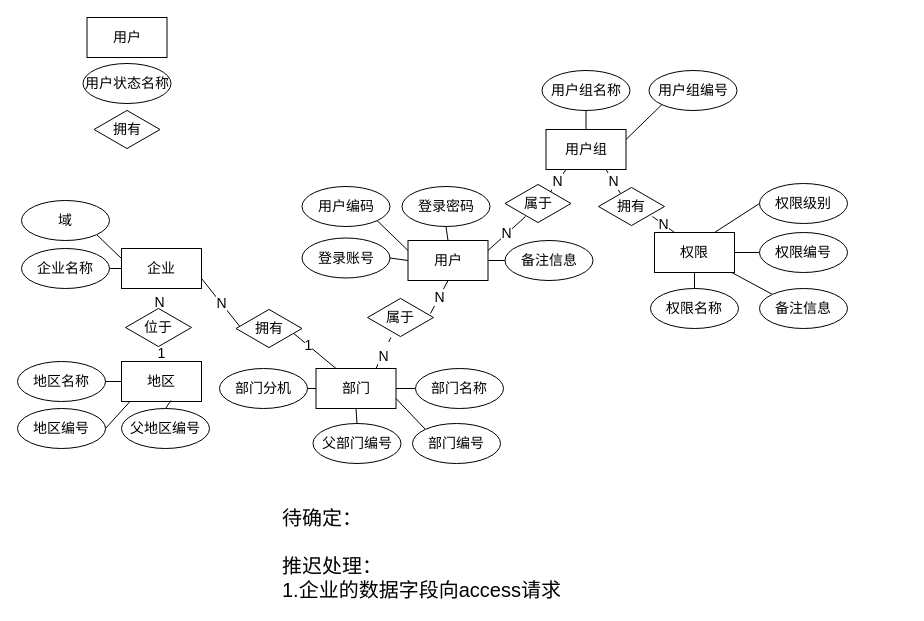
Above: page "第 1 页" (1 of 2) of CDRS/DB-design.drawio in waterwatermelon/graph (draw.io), before the change. Source tidied: cells renumbered, new cells numbered last; positions are measured from the earlier drawing's top-left corner, leaving out a move shared by most shapes. Both pictures are drawn from the tidied source at 100%, with x=0, y=0 at pixel (17, 17).
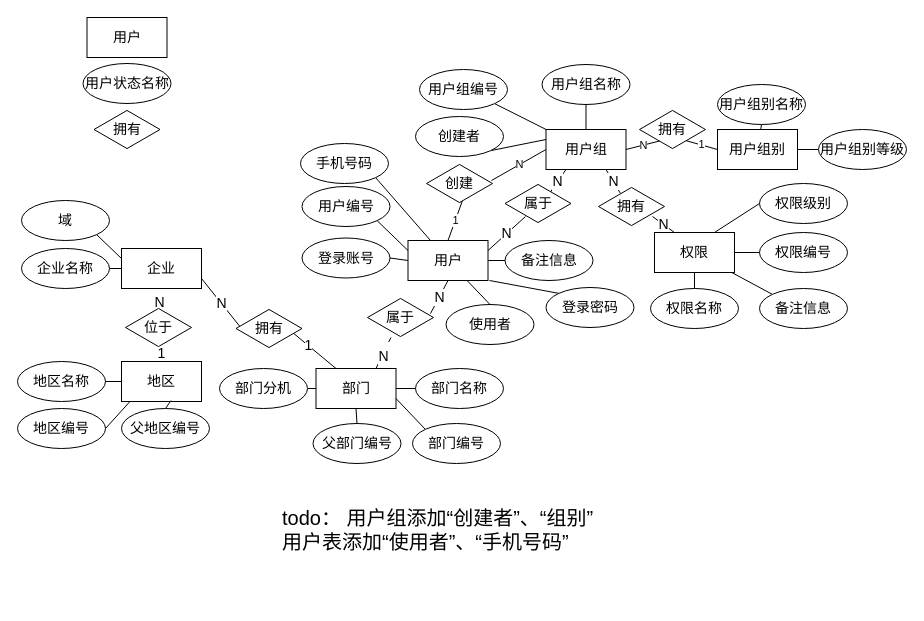
The same page after the edit.

Unchanged cells that the change refers to:
```xml
<mxCell id="7" value="用户" style="rounded=0;whiteSpace=wrap;html=1;fontSize=14;" parent="1" vertex="1">
  <mxGeometry x="390.5" y="223" width="80" height="40" as="geometry" />
</mxCell>
<mxCell id="16" value="用户组" style="rounded=0;whiteSpace=wrap;html=1;fontSize=14;" parent="1" vertex="1">
  <mxGeometry x="528.5" y="112" width="80" height="40" as="geometry" />
</mxCell>
```

The edit, as a diff of the source:
```diff
@@
+    <mxCell id="65" value="1" style="edgeStyle=none;rounded=0;jettySize=auto;html=1;exitX=0.5;exitY=0;exitDx=0;exitDy=0;entryX=0.545;entryY=0.925;entryDx=0;entryDy=0;entryPerimeter=0;endArrow=none;endFill=0;" parent="1" edge="1" source="7" target="68">
+      <mxGeometry relative="1" as="geometry" />
+    </mxCell>
@@
-    <mxCell id="9" value="用户编码" style="ellipse;whiteSpace=wrap;html=1;fontSize=14;" parent="1" vertex="1">
+    <mxCell id="9" value="用户编号" style="ellipse;whiteSpace=wrap;html=1;fontSize=14;" parent="1" vertex="1">
       <mxGeometry x="284.5" y="169" width="88" height="40" as="geometry" />
     </mxCell>
@@
-    <mxCell id="12" style="edgeStyle=none;rounded=0;jettySize=auto;html=1;exitX=0.5;exitY=1;exitDx=0;exitDy=0;entryX=0.5;entryY=0;entryDx=0;entryDy=0;startArrow=none;startFill=0;endArrow=none;endFill=0;fontSize=14;" parent="1" edge="1" source="13" target="7">
+    <mxCell id="12" style="rounded=0;jettySize=auto;html=1;exitX=0;exitY=0;exitDx=0;exitDy=0;entryX=1.019;entryY=1;entryDx=0;entryDy=0;entryPerimeter=0;endArrow=none;endFill=0;" parent="1" edge="1" source="13" target="7">
       <mxGeometry relative="1" as="geometry" />
     </mxCell>
     <mxCell id="13" value="登录密码" style="ellipse;whiteSpace=wrap;html=1;fontSize=14;" parent="1" vertex="1">
-      <mxGeometry x="384.5" y="169" width="88" height="40" as="geometry" />
+      <mxGeometry x="528.5" y="270" width="88" height="40" as="geometry" />
     </mxCell>
@@
+    <mxCell id="66" value="N" style="edgeStyle=none;rounded=0;jettySize=auto;html=1;exitX=0;exitY=0.5;exitDx=0;exitDy=0;entryX=0.985;entryY=0.425;entryDx=0;entryDy=0;entryPerimeter=0;endArrow=none;endFill=0;" parent="1" edge="1" source="16" target="68">
+      <mxGeometry relative="1" as="geometry" />
+    </mxCell>
+    <mxCell id="67" value="N" style="edgeStyle=none;rounded=0;jettySize=auto;html=1;exitX=1;exitY=0.5;exitDx=0;exitDy=0;entryX=0.333;entryY=0.775;entryDx=0;entryDy=0;entryPerimeter=0;endArrow=none;endFill=0;" parent="1" edge="1" source="16" target="75">
+      <mxGeometry relative="1" as="geometry" />
+    </mxCell>
@@
     <mxCell id="18" value="用户组名称" style="ellipse;whiteSpace=wrap;html=1;fontSize=14;" parent="1" vertex="1">
-      <mxGeometry x="524.5" y="53" width="88" height="40" as="geometry" />
+      <mxGeometry x="524.5" y="47" width="88" height="40" as="geometry" />
     </mxCell>
@@
-    <mxCell id="25" style="edgeStyle=none;rounded=0;jettySize=auto;html=1;exitX=0;exitY=1;exitDx=0;exitDy=0;entryX=1;entryY=0.25;entryDx=0;entryDy=0;startArrow=none;startFill=0;endArrow=none;endFill=0;fontSize=14;" parent="1" edge="1" source="26" target="16">
+    <mxCell id="25" style="edgeStyle=none;rounded=0;jettySize=auto;html=1;exitX=1;exitY=1;exitDx=0;exitDy=0;endArrow=none;endFill=0;" parent="1" edge="1" source="26" target="16">
       <mxGeometry relative="1" as="geometry" />
     </mxCell>
     <mxCell id="26" value="用户组编号" style="ellipse;whiteSpace=wrap;html=1;fontSize=14;" parent="1" vertex="1">
-      <mxGeometry x="631.5" y="53" width="88" height="40" as="geometry" />
+      <mxGeometry x="402" y="52" width="88" height="40" as="geometry" />
     </mxCell>
@@
-    <mxCell id="48" value="&lt;font style=&quot;font-size: 20px&quot;&gt;待确定：&lt;br style=&quot;font-size: 20px&quot;&gt;&lt;br style=&quot;font-size: 20px&quot;&gt;推迟处理：&lt;br style=&quot;font-size: 20px&quot;&gt;1.企业的数据字段向access请求&lt;/font&gt;" style="text;html=1;align=left;verticalAlign=top;spacingTop=-4;fontSize=20;" parent="1" vertex="1">
-      <mxGeometry x="263" y="486" width="290" height="100" as="geometry" />
+    <mxCell id="48" value="todo： 用户组添加“创建者”、“组别”&lt;br&gt;用户表添加“使用者”、“手机号码”" style="text;html=1;align=left;verticalAlign=top;spacingTop=-4;fontSize=20;" parent="1" vertex="1">
+      <mxGeometry x="263" y="486" width="330" height="50" as="geometry" />
     </mxCell>
@@
+    <mxCell id="68" value="创建" style="html=1;whiteSpace=wrap;shape=isoRectangle;fontSize=14;" parent="1" vertex="1">
+      <mxGeometry x="409" y="146" width="66" height="40" as="geometry" />
+    </mxCell>
+    <mxCell id="69" value="1" style="edgeStyle=none;rounded=0;jettySize=auto;html=1;exitX=0;exitY=0.5;exitDx=0;exitDy=0;entryX=0.697;entryY=0.775;entryDx=0;entryDy=0;entryPerimeter=0;endArrow=none;endFill=0;" parent="1" edge="1" source="70" target="75">
+      <mxGeometry relative="1" as="geometry" />
+    </mxCell>
+    <mxCell id="70" value="用户组别" style="rounded=0;whiteSpace=wrap;html=1;fontSize=14;" parent="1" vertex="1">
+      <mxGeometry x="700" y="112" width="80" height="40" as="geometry" />
+    </mxCell>
+    <mxCell id="71" style="edgeStyle=none;rounded=0;jettySize=auto;html=1;exitX=0.5;exitY=1;exitDx=0;exitDy=0;endArrow=none;endFill=0;" parent="1" edge="1" source="72" target="70">
+      <mxGeometry relative="1" as="geometry" />
+    </mxCell>
+    <mxCell id="72" value="用户组别名称" style="ellipse;whiteSpace=wrap;html=1;fontSize=14;" parent="1" vertex="1">
+      <mxGeometry x="700" y="67" width="88" height="40" as="geometry" />
+    </mxCell>
+    <mxCell id="73" style="edgeStyle=none;rounded=0;jettySize=auto;html=1;exitX=0;exitY=0.5;exitDx=0;exitDy=0;endArrow=none;endFill=0;" parent="1" edge="1" source="74" target="70">
+      <mxGeometry relative="1" as="geometry" />
+    </mxCell>
+    <mxCell id="74" value="用户组别等级" style="ellipse;whiteSpace=wrap;html=1;fontSize=14;" parent="1" vertex="1">
+      <mxGeometry x="801" y="112" width="88" height="40" as="geometry" />
+    </mxCell>
+    <mxCell id="75" value="拥有" style="html=1;whiteSpace=wrap;shape=isoRectangle;fontSize=14;" parent="1" vertex="1">
+      <mxGeometry x="622" y="92" width="66" height="40" as="geometry" />
+    </mxCell>
+    <mxCell id="76" style="edgeStyle=none;rounded=0;jettySize=auto;html=1;exitX=1;exitY=1;exitDx=0;exitDy=0;entryX=0;entryY=0.25;entryDx=0;entryDy=0;endArrow=none;endFill=0;" parent="1" edge="1" source="77" target="16">
+      <mxGeometry relative="1" as="geometry" />
+    </mxCell>
+    <mxCell id="77" value="创建者" style="ellipse;whiteSpace=wrap;html=1;fontSize=14;" parent="1" vertex="1">
+      <mxGeometry x="398" y="99" width="88" height="40" as="geometry" />
+    </mxCell>
+    <mxCell id="78" style="edgeStyle=none;rounded=0;orthogonalLoop=1;jettySize=auto;html=1;exitX=0.5;exitY=0;exitDx=0;exitDy=0;endArrow=none;endFill=0;" parent="1" edge="1" source="26" target="26">
+      <mxGeometry relative="1" as="geometry" />
+    </mxCell>
+    <mxCell id="79" style="edgeStyle=none;rounded=0;jettySize=auto;html=1;exitX=0.5;exitY=0;exitDx=0;exitDy=0;endArrow=none;endFill=0;" parent="1" edge="1" source="80" target="7">
+      <mxGeometry relative="1" as="geometry" />
+    </mxCell>
+    <mxCell id="80" value="使用者" style="ellipse;whiteSpace=wrap;html=1;fontSize=14;" parent="1" vertex="1">
+      <mxGeometry x="428.5" y="287" width="88" height="40" as="geometry" />
+    </mxCell>
+    <mxCell id="81" style="edgeStyle=none;rounded=0;jettySize=auto;html=1;exitX=1;exitY=1;exitDx=0;exitDy=0;endArrow=none;endFill=0;" parent="1" edge="1" source="82" target="7">
+      <mxGeometry relative="1" as="geometry" />
+    </mxCell>
+    <mxCell id="82" value="手机号码" style="ellipse;whiteSpace=wrap;html=1;fontSize=14;" parent="1" vertex="1">
+      <mxGeometry x="283" y="126" width="88" height="40" as="geometry" />
+    </mxCell>
```
